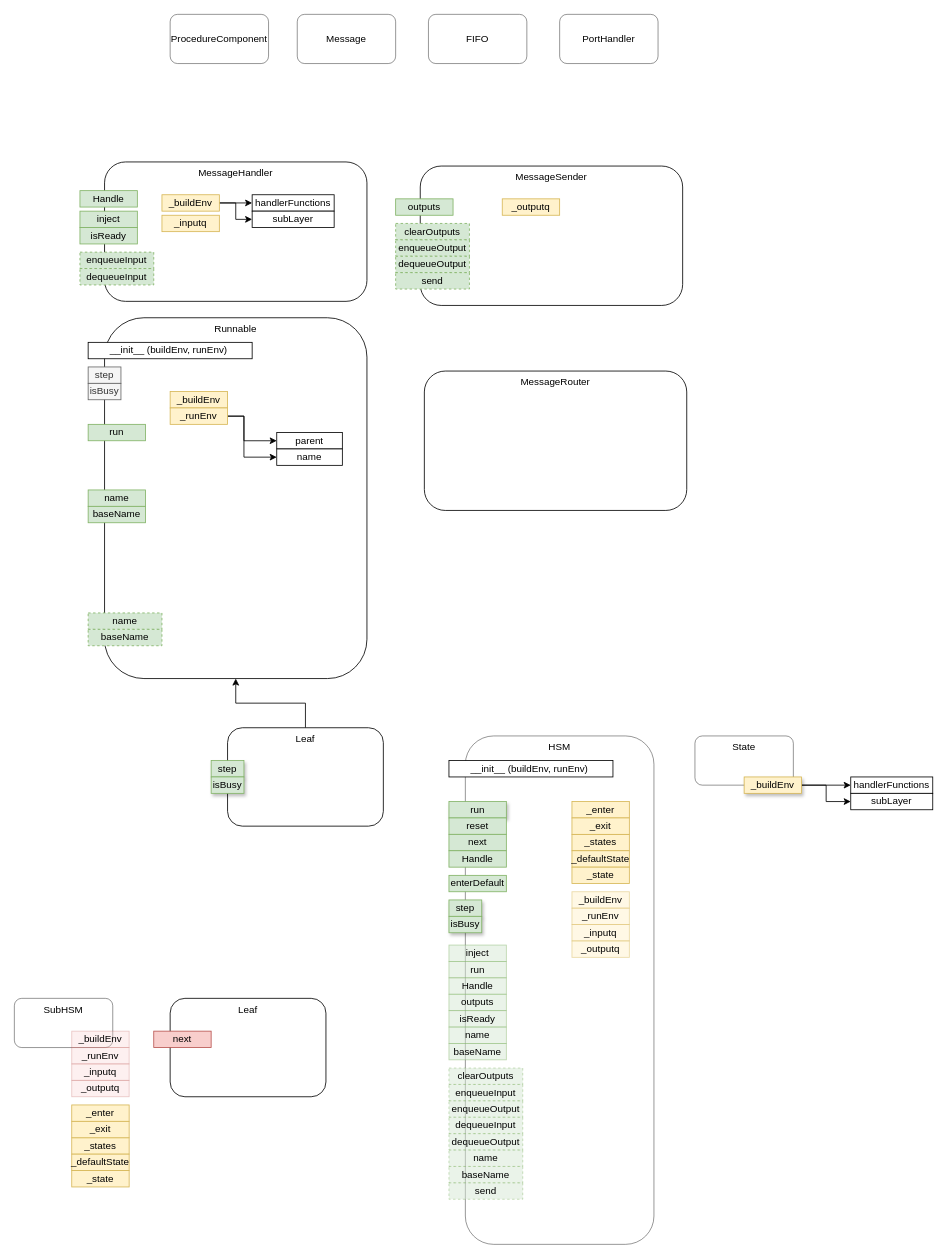
guitarvydas/asc3 keeps this draw.io diagram as asc.drawio. Above is the earlier version. Source tidied: cells renumbered, new cells numbered last; positions are measured from the earlier drawing's top-left corner, leaving out a move shared by most shapes. Both pictures are drawn from the tidied source at 82%, with x=0, y=0 at pixel (14, 14).
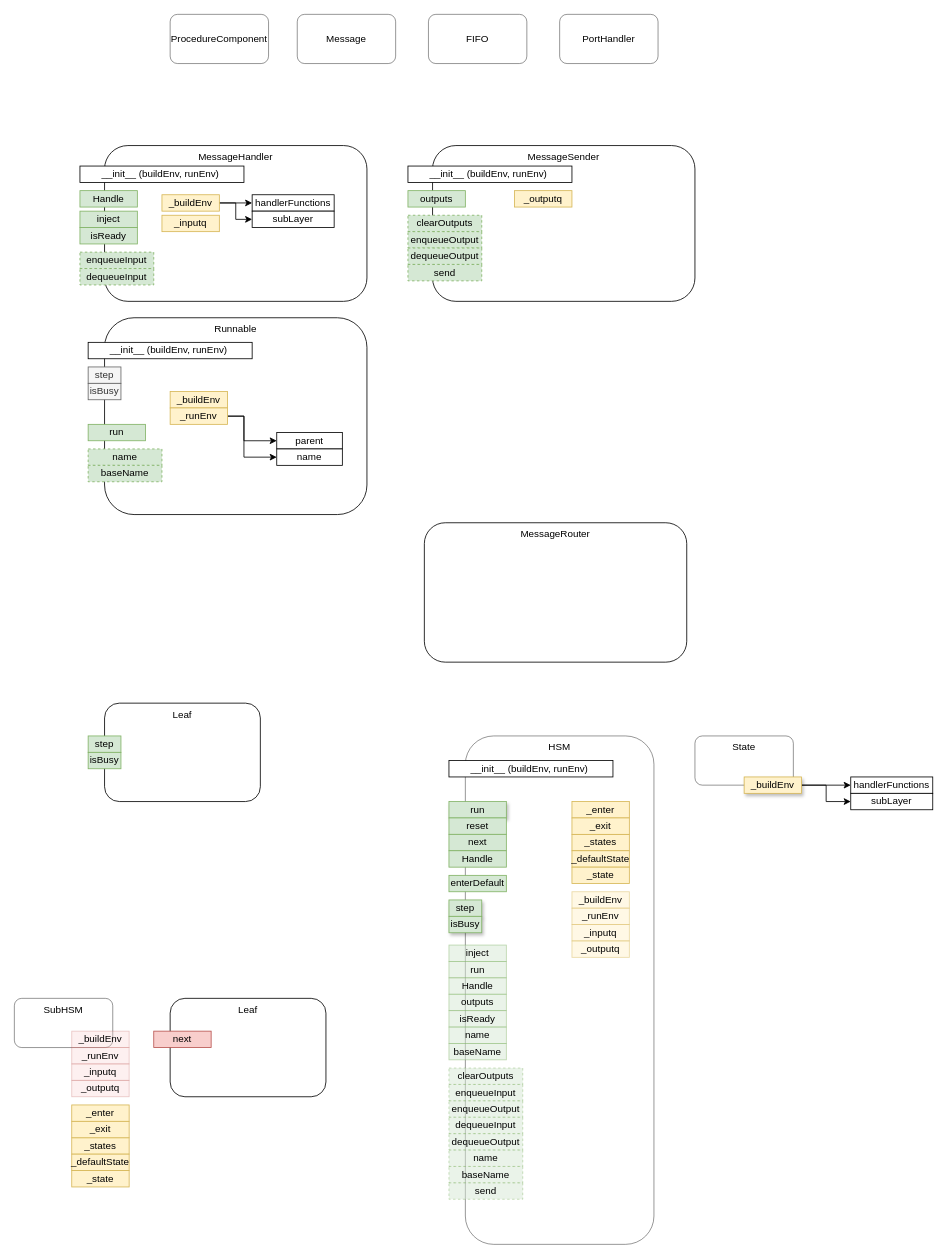
Above is the later version.

The edit, as a diff of the source:
```diff
@@
     <mxCell id="2" value="MessageSender" style="rounded=1;whiteSpace=wrap;html=1;verticalAlign=top;" parent="1" vertex="1">
-      <mxGeometry x="495" y="185" width="320" height="170" as="geometry" />
+      <mxGeometry x="510" y="160" width="320" height="190" as="geometry" />
     </mxCell>
     <mxCell id="3" value="MessageHandler" style="rounded=1;whiteSpace=wrap;html=1;verticalAlign=top;" parent="1" vertex="1">
-      <mxGeometry x="110" y="180" width="320" height="170" as="geometry" />
+      <mxGeometry x="110" y="160" width="320" height="190" as="geometry" />
     </mxCell>
     <mxCell id="4" value="Runnable" style="rounded=1;whiteSpace=wrap;html=1;verticalAlign=top;" parent="1" vertex="1">
-      <mxGeometry x="110" y="370" width="320" height="440" as="geometry" />
+      <mxGeometry x="110" y="370" width="320" height="240" as="geometry" />
     </mxCell>
@@
     <mxCell id="10" value="outputs" style="rounded=0;whiteSpace=wrap;html=1;verticalAlign=middle;align=center;fillColor=#d5e8d4;strokeColor=#82b366;" parent="1" vertex="1">
-      <mxGeometry x="465" y="225" width="70" height="20" as="geometry" />
+      <mxGeometry x="480" y="215" width="70" height="20" as="geometry" />
     </mxCell>
@@
-    <mxCell id="12" value="name" style="rounded=0;whiteSpace=wrap;html=1;verticalAlign=middle;align=center;fillColor=#d5e8d4;strokeColor=#82b366;" parent="1" vertex="1">
-      <mxGeometry x="90" y="580" width="70" height="20" as="geometry" />
-    </mxCell>
-    <mxCell id="13" value="baseName" style="rounded=0;whiteSpace=wrap;html=1;verticalAlign=middle;align=center;fillColor=#d5e8d4;strokeColor=#82b366;" parent="1" vertex="1">
-      <mxGeometry x="90" y="600" width="70" height="20" as="geometry" />
-    </mxCell>
     <mxCell id="14" value="clearOutputs" style="rounded=0;whiteSpace=wrap;html=1;verticalAlign=middle;align=center;fillColor=#d5e8d4;strokeColor=#82b366;dashed=1;" parent="1" vertex="1">
-      <mxGeometry x="465" y="255" width="90" height="20" as="geometry" />
+      <mxGeometry x="480" y="245" width="90" height="20" as="geometry" />
     </mxCell>
@@
     <mxCell id="16" value="enqueueOutput" style="rounded=0;whiteSpace=wrap;html=1;verticalAlign=middle;align=center;fillColor=#d5e8d4;strokeColor=#82b366;dashed=1;" parent="1" vertex="1">
-      <mxGeometry x="465" y="275" width="90" height="20" as="geometry" />
+      <mxGeometry x="480" y="265" width="90" height="20" as="geometry" />
     </mxCell>
@@
     <mxCell id="18" value="dequeueOutput" style="rounded=0;whiteSpace=wrap;html=1;verticalAlign=middle;align=center;fillColor=#d5e8d4;strokeColor=#82b366;dashed=1;" parent="1" vertex="1">
-      <mxGeometry x="465" y="295" width="90" height="20" as="geometry" />
+      <mxGeometry x="480" y="285" width="90" height="20" as="geometry" />
     </mxCell>
     <mxCell id="19" value="name" style="rounded=0;whiteSpace=wrap;html=1;verticalAlign=middle;align=center;fillColor=#d5e8d4;strokeColor=#82b366;dashed=1;" parent="1" vertex="1">
-      <mxGeometry x="90" y="730" width="90" height="20" as="geometry" />
+      <mxGeometry x="90" y="530" width="90" height="20" as="geometry" />
     </mxCell>
     <mxCell id="20" value="baseName" style="rounded=0;whiteSpace=wrap;html=1;verticalAlign=middle;align=center;fillColor=#d5e8d4;strokeColor=#82b366;dashed=1;" parent="1" vertex="1">
-      <mxGeometry x="90" y="750" width="90" height="20" as="geometry" />
+      <mxGeometry x="90" y="550" width="90" height="20" as="geometry" />
     </mxCell>
     <mxCell id="21" value="send" style="rounded=0;whiteSpace=wrap;html=1;verticalAlign=middle;align=center;fillColor=#d5e8d4;strokeColor=#82b366;dashed=1;" parent="1" vertex="1">
-      <mxGeometry x="465" y="315" width="90" height="20" as="geometry" />
+      <mxGeometry x="480" y="305" width="90" height="20" as="geometry" />
     </mxCell>
@@
     <mxCell id="27" value="_outputq" style="rounded=0;whiteSpace=wrap;html=1;verticalAlign=middle;align=center;fillColor=#fff2cc;strokeColor=#d6b656;" parent="1" vertex="1">
-      <mxGeometry x="595" y="225" width="70" height="20" as="geometry" />
+      <mxGeometry x="610" y="215" width="70" height="20" as="geometry" />
     </mxCell>
-    <mxCell id="28" style="edgeStyle=orthogonalEdgeStyle;rounded=0;jettySize=auto;html=1;exitX=0.5;exitY=0;exitDx=0;exitDy=0;entryX=0.5;entryY=1;entryDx=0;entryDy=0;" parent="1" edge="1" source="29" target="4">
-      <mxGeometry relative="1" as="geometry" />
-    </mxCell>
     <mxCell id="29" value="Leaf" style="rounded=1;whiteSpace=wrap;html=1;verticalAlign=top;" parent="1" vertex="1">
-      <mxGeometry x="260" y="870" width="190" height="120" as="geometry" />
+      <mxGeometry x="110" y="840" width="190" height="120" as="geometry" />
     </mxCell>
-    <mxCell id="30" value="step" style="rounded=0;whiteSpace=wrap;html=1;verticalAlign=middle;align=center;fillColor=#d5e8d4;strokeColor=#82b366;shadow=1;" parent="1" vertex="1">
-      <mxGeometry x="240" y="910" width="40" height="20" as="geometry" />
+    <mxCell id="30" value="step" style="rounded=0;whiteSpace=wrap;html=1;verticalAlign=middle;align=center;fillColor=#d5e8d4;strokeColor=#82b366;shadow=0;" parent="1" vertex="1">
+      <mxGeometry x="90" y="880" width="40" height="20" as="geometry" />
     </mxCell>
-    <mxCell id="31" value="isBusy" style="rounded=0;whiteSpace=wrap;html=1;verticalAlign=middle;align=center;fillColor=#d5e8d4;strokeColor=#82b366;shadow=1;" parent="1" vertex="1">
-      <mxGeometry x="240" y="930" width="40" height="20" as="geometry" />
+    <mxCell id="31" value="isBusy" style="rounded=0;whiteSpace=wrap;html=1;verticalAlign=middle;align=center;fillColor=#d5e8d4;strokeColor=#82b366;shadow=0;" parent="1" vertex="1">
+      <mxGeometry x="90" y="900" width="40" height="20" as="geometry" />
     </mxCell>
@@
     <mxCell id="95" value="MessageRouter" style="rounded=1;whiteSpace=wrap;html=1;verticalAlign=top;" parent="1" vertex="1">
-      <mxGeometry x="500" y="435" width="320" height="170" as="geometry" />
+      <mxGeometry x="500" y="620" width="320" height="170" as="geometry" />
     </mxCell>
+    <mxCell id="96" value="__init__ (buildEnv, runEnv)&amp;nbsp;" style="rounded=0;whiteSpace=wrap;html=1;verticalAlign=middle;align=center;" parent="1" vertex="1">
+      <mxGeometry x="80" y="185" width="200" height="20" as="geometry" />
+    </mxCell>
+    <mxCell id="97" value="__init__ (buildEnv, runEnv)&amp;nbsp;" style="rounded=0;whiteSpace=wrap;html=1;verticalAlign=middle;align=center;" parent="1" vertex="1">
+      <mxGeometry x="480" y="185" width="200" height="20" as="geometry" />
+    </mxCell>
```
